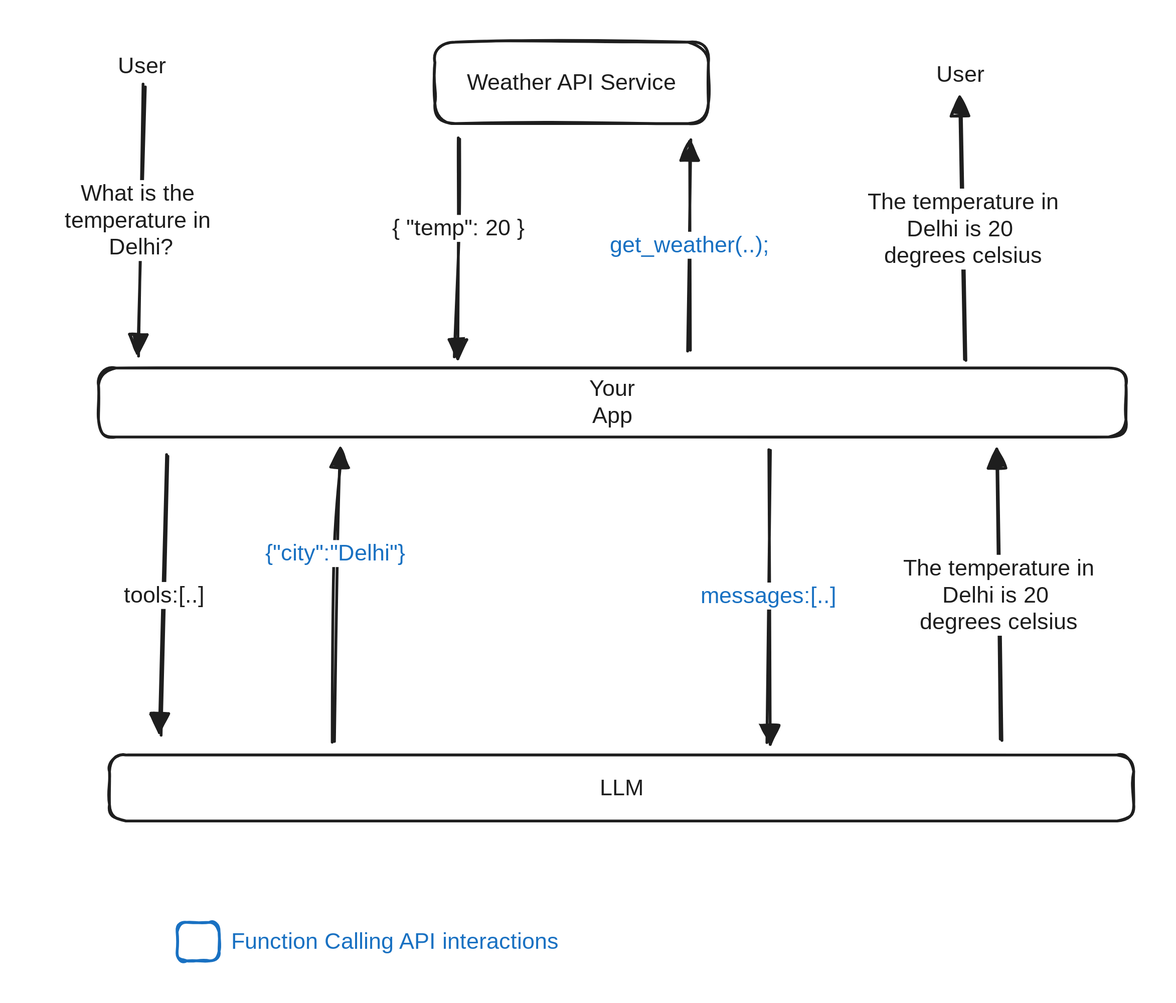
The Excalidraw diagram .gitbook/assets/file.excalidraw.svg in Saif-Shines/portkey-docs, before a commit. Source tidied: one line per element, renumbered; positions are measured from the earlier drawing's top-left corner, leaving out a move shared by most shapes. Its diagram source:
```json
{"id": 0, "type": "text", "text": "User", "strokeColor": "#1e1e1e", "strokeWidth": 2, "roughness": 1, "fontSize": 16, "fontFamily": 1, "x": 33, "y": 8, "width": 36, "height": 20}
{"id": 1, "type": "text", "text": "User", "strokeColor": "#1e1e1e", "strokeWidth": 2, "roughness": 1, "fontSize": 16, "fontFamily": 1, "x": 616, "y": 14, "width": 36, "height": 20}
{"id": 2, "type": "rectangle", "strokeColor": "#1e1e1e", "strokeWidth": 2, "roughness": 1, "round": true, "x": 20, "y": 232, "width": 732, "height": 49}
{"id": 3, "type": "text", "text": "Your\nApp", "strokeColor": "#1e1e1e", "strokeWidth": 2, "roughness": 1, "fontSize": 16, "fontFamily": 3, "textAlign": "center", "verticalAlign": "middle", "inside": 2, "x": 367, "y": 237, "width": 38, "height": 38}
{"id": 4, "type": "arrow", "strokeColor": "#1e1e1e", "strokeWidth": 2, "roughness": 1, "endArrowhead": "triangle", "round": true, "from": 0, "to": 2, "x": 53, "y": 31, "width": 5, "height": 192, "points": [[0, 0], [-5, 192]]}
{"id": 5, "type": "text", "text": "What is the \ntemperature in \nDelhi?", "strokeColor": "#1e1e1e", "strokeWidth": 2, "roughness": 1, "fontSize": 16, "fontFamily": 3, "textAlign": "center", "verticalAlign": "middle", "inside": 4, "x": 0, "y": 129, "width": 141, "height": 58}
{"id": 6, "type": "rectangle", "strokeColor": "#1e1e1e", "strokeWidth": 2, "roughness": 1, "round": true, "x": 27, "y": 507, "width": 729, "height": 47}
{"id": 7, "type": "text", "text": "LLM", "strokeColor": "#1e1e1e", "strokeWidth": 2, "roughness": 1, "fontSize": 16, "fontFamily": 3, "textAlign": "center", "verticalAlign": "middle", "inside": 6, "x": 378, "y": 521, "width": 28, "height": 19}
{"id": 8, "type": "rectangle", "strokeColor": "#1e1e1e", "strokeWidth": 2, "roughness": 1, "round": true, "x": 259, "y": 0, "width": 195, "height": 58}
{"id": 9, "type": "text", "text": "Weather API Service", "strokeColor": "#1e1e1e", "strokeWidth": 2, "roughness": 1, "fontSize": 16, "fontFamily": 3, "textAlign": "center", "verticalAlign": "middle", "inside": 8, "x": 268, "y": 19, "width": 178, "height": 19}
{"id": 10, "type": "arrow", "strokeColor": "#1e1e1e", "strokeWidth": 2, "roughness": 1, "endArrowhead": "triangle", "round": true, "from": 6, "to": 2, "x": 187, "y": 497, "width": 6, "height": 207, "points": [[0, 0], [1, -133], [6, -207]]}
{"id": 11, "type": "text", "text": "{\"city\":\"Delhi\"}", "strokeColor": "#1971c2", "strokeWidth": 2, "roughness": 1, "fontSize": 16, "fontFamily": 3, "textAlign": "center", "verticalAlign": "middle", "inside": 10, "x": 170, "y": 425, "width": 150, "height": 19}
{"id": 12, "type": "arrow", "strokeColor": "#1e1e1e", "strokeWidth": 2, "roughness": 1, "endArrowhead": "triangle", "round": true, "from": 2, "to": 8, "x": 440, "y": 219, "width": 2, "height": 149, "points": [[0, 0], [2, -149]]}
{"id": 13, "type": "text", "text": "get_weather(..);", "strokeColor": "#1971c2", "strokeWidth": 2, "roughness": 1, "fontSize": 16, "fontFamily": 3, "textAlign": "center", "verticalAlign": "middle", "inside": 12, "x": 357, "y": 424, "width": 150, "height": 19}
{"id": 14, "type": "arrow", "strokeColor": "#1e1e1e", "strokeWidth": 2, "roughness": 1, "endArrowhead": "triangle", "round": true, "from": 8, "to": 2, "x": 276, "y": 69, "width": 2, "height": 155, "points": [[0, 0], [0, 64], [-2, 155]]}
{"id": 15, "type": "text", "text": "{ \"temp\": 20 }", "strokeColor": "#1e1e1e", "strokeWidth": 2, "roughness": 1, "fontSize": 16, "fontFamily": 3, "textAlign": "center", "verticalAlign": "middle", "inside": 14, "x": 193, "y": 165, "width": 131, "height": 19}
{"id": 16, "type": "arrow", "strokeColor": "#1e1e1e", "strokeWidth": 2, "roughness": 1, "endArrowhead": "triangle", "round": true, "from": 2, "to": 6, "x": 68, "y": 295, "width": 3, "height": 198, "points": [[0, 0], [-3, 198]]}
{"id": 17, "type": "text", "text": "tools:[..]", "strokeColor": "#1e1e1e", "strokeWidth": 2, "roughness": 1, "fontSize": 16, "fontFamily": 3, "textAlign": "center", "verticalAlign": "middle", "inside": 16, "x": 49, "y": 427, "width": 94, "height": 19}
{"id": 18, "type": "arrow", "strokeColor": "#1e1e1e", "strokeWidth": 2, "roughness": 1, "endArrowhead": "triangle", "round": true, "from": 2, "to": 6, "x": 498, "y": 289, "width": 1, "height": 210, "points": [[0, 0], [-1, 210]]}
{"id": 19, "type": "text", "text": "messages:[..]", "strokeColor": "#1971c2", "strokeWidth": 2, "roughness": 1, "fontSize": 16, "fontFamily": 3, "textAlign": "center", "verticalAlign": "middle", "inside": 18, "x": 419, "y": 426, "width": 122, "height": 19}
{"id": 20, "type": "arrow", "strokeColor": "#1e1e1e", "strokeWidth": 2, "roughness": 1, "endArrowhead": "triangle", "round": true, "from": 6, "to": 2, "x": 663, "y": 497, "width": 3, "height": 206, "points": [[0, 0], [-3, -206]]}
{"id": 21, "type": "text", "text": "The temperature in\nDelhi is 20 \ndegrees celsius", "strokeColor": "#1e1e1e", "strokeWidth": 2, "roughness": 1, "fontSize": 16, "fontFamily": 3, "textAlign": "center", "verticalAlign": "middle", "inside": 20, "x": 524, "y": 406, "width": 169, "height": 58}
{"id": 22, "type": "arrow", "strokeColor": "#1e1e1e", "strokeWidth": 2, "roughness": 1, "endArrowhead": "triangle", "round": true, "from": 2, "to": 1, "x": 637, "y": 226, "width": 3, "height": 186, "points": [[0, 0], [-3, -186]]}
{"id": 23, "type": "text", "text": "The temperature in\nDelhi is 20 \ndegrees celsius", "strokeColor": "#1e1e1e", "strokeWidth": 2, "roughness": 1, "fontSize": 16, "fontFamily": 3, "textAlign": "center", "verticalAlign": "middle", "inside": 22, "x": 534, "y": 416, "width": 169, "height": 58}
{"id": 24, "type": "rectangle", "strokeColor": "#1971c2", "strokeWidth": 2, "roughness": 1, "round": true, "x": 76, "y": 627, "width": 30, "height": 27}
{"id": 25, "type": "text", "text": "Function Calling API interactions", "strokeColor": "#1971c2", "strokeWidth": 2, "roughness": 1, "fontSize": 16, "fontFamily": 3, "x": 114, "y": 631, "width": 309, "height": 19}
```
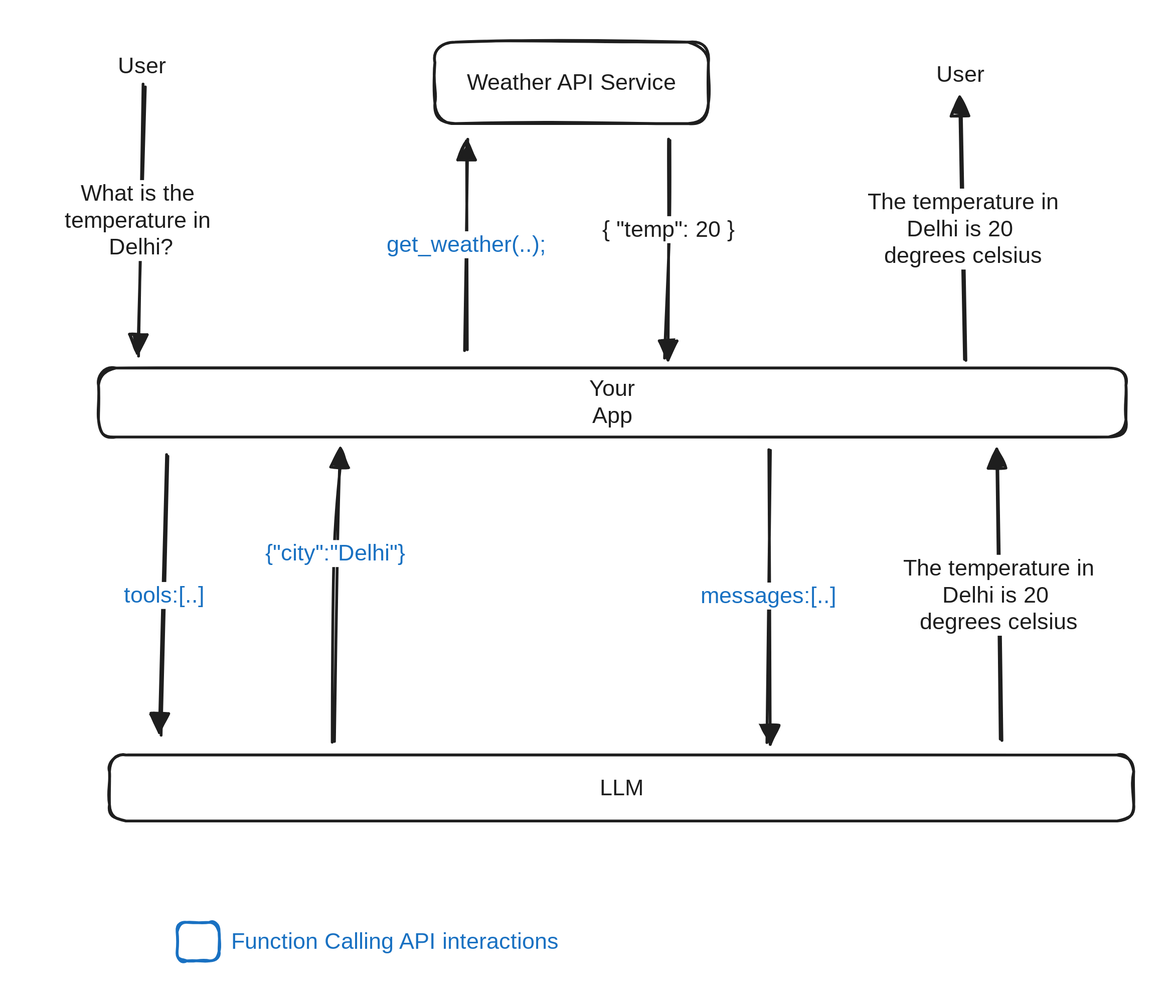
After the commit.

Commit message:
GITBOOK-24: No subject

The edit, as a diff of the source:
```diff
@@ -10,12 +10,12 @@
 {"id": 9, "type": "text", "text": "Weather API Service", "strokeColor": "#1e1e1e", "strokeWidth": 2, "roughness": 1, "fontSize": 16, "fontFamily": 3, "textAlign": "center", "verticalAlign": "middle", "inside": 8, "x": 268, "y": 19, "width": 178, "height": 19}
 {"id": 10, "type": "arrow", "strokeColor": "#1e1e1e", "strokeWidth": 2, "roughness": 1, "endArrowhead": "triangle", "round": true, "from": 6, "to": 2, "x": 187, "y": 497, "width": 6, "height": 207, "points": [[0, 0], [1, -133], [6, -207]]}
 {"id": 11, "type": "text", "text": "{\"city\":\"Delhi\"}", "strokeColor": "#1971c2", "strokeWidth": 2, "roughness": 1, "fontSize": 16, "fontFamily": 3, "textAlign": "center", "verticalAlign": "middle", "inside": 10, "x": 170, "y": 425, "width": 150, "height": 19}
-{"id": 12, "type": "arrow", "strokeColor": "#1e1e1e", "strokeWidth": 2, "roughness": 1, "endArrowhead": "triangle", "round": true, "from": 2, "to": 8, "x": 440, "y": 219, "width": 2, "height": 149, "points": [[0, 0], [2, -149]]}
+{"id": 12, "type": "arrow", "strokeColor": "#1e1e1e", "strokeWidth": 2, "roughness": 1, "endArrowhead": "triangle", "round": true, "from": 2, "to": 8, "x": 281, "y": 219, "width": 2, "height": 149, "points": [[0, 0], [2, -149]]}
 {"id": 13, "type": "text", "text": "get_weather(..);", "strokeColor": "#1971c2", "strokeWidth": 2, "roughness": 1, "fontSize": 16, "fontFamily": 3, "textAlign": "center", "verticalAlign": "middle", "inside": 12, "x": 357, "y": 424, "width": 150, "height": 19}
-{"id": 14, "type": "arrow", "strokeColor": "#1e1e1e", "strokeWidth": 2, "roughness": 1, "endArrowhead": "triangle", "round": true, "from": 8, "to": 2, "x": 276, "y": 69, "width": 2, "height": 155, "points": [[0, 0], [0, 64], [-2, 155]]}
+{"id": 14, "type": "arrow", "strokeColor": "#1e1e1e", "strokeWidth": 2, "roughness": 1, "endArrowhead": "triangle", "round": true, "from": 8, "to": 2, "x": 426, "y": 70, "width": 2, "height": 155, "points": [[0, 0], [0, 64], [-2, 155]]}
 {"id": 15, "type": "text", "text": "{ \"temp\": 20 }", "strokeColor": "#1e1e1e", "strokeWidth": 2, "roughness": 1, "fontSize": 16, "fontFamily": 3, "textAlign": "center", "verticalAlign": "middle", "inside": 14, "x": 193, "y": 165, "width": 131, "height": 19}
 {"id": 16, "type": "arrow", "strokeColor": "#1e1e1e", "strokeWidth": 2, "roughness": 1, "endArrowhead": "triangle", "round": true, "from": 2, "to": 6, "x": 68, "y": 295, "width": 3, "height": 198, "points": [[0, 0], [-3, 198]]}
-{"id": 17, "type": "text", "text": "tools:[..]", "strokeColor": "#1e1e1e", "strokeWidth": 2, "roughness": 1, "fontSize": 16, "fontFamily": 3, "textAlign": "center", "verticalAlign": "middle", "inside": 16, "x": 49, "y": 427, "width": 94, "height": 19}
+{"id": 17, "type": "text", "text": "tools:[..]", "strokeColor": "#1971c2", "strokeWidth": 2, "roughness": 1, "fontSize": 16, "fontFamily": 3, "textAlign": "center", "verticalAlign": "middle", "inside": 16, "x": 20, "y": 384, "width": 94, "height": 19}
 {"id": 18, "type": "arrow", "strokeColor": "#1e1e1e", "strokeWidth": 2, "roughness": 1, "endArrowhead": "triangle", "round": true, "from": 2, "to": 6, "x": 498, "y": 289, "width": 1, "height": 210, "points": [[0, 0], [-1, 210]]}
 {"id": 19, "type": "text", "text": "messages:[..]", "strokeColor": "#1971c2", "strokeWidth": 2, "roughness": 1, "fontSize": 16, "fontFamily": 3, "textAlign": "center", "verticalAlign": "middle", "inside": 18, "x": 419, "y": 426, "width": 122, "height": 19}
 {"id": 20, "type": "arrow", "strokeColor": "#1e1e1e", "strokeWidth": 2, "roughness": 1, "endArrowhead": "triangle", "round": true, "from": 6, "to": 2, "x": 663, "y": 497, "width": 3, "height": 206, "points": [[0, 0], [-3, -206]]}
```
